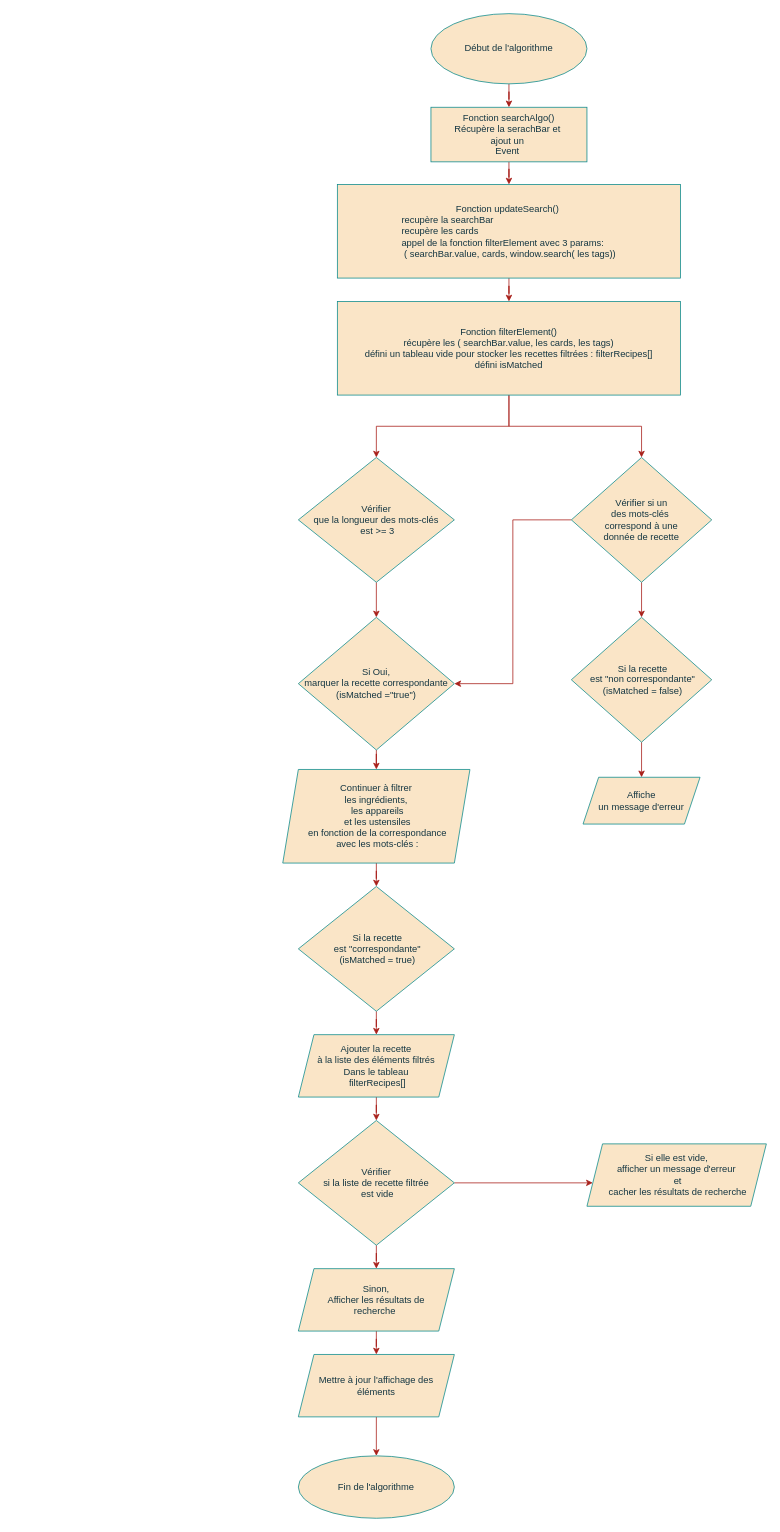
This is Algo de recherche n°1.drawio from abaddon101/Projet---Les-Petits-Plats, a draw.io file, before an edit. Source tidied: cells renumbered, new cells numbered last; positions are measured from the earlier drawing's top-left corner, leaving out a move shared by most shapes. Both pictures are drawn from the tidied source at 78%, with x=0, y=0 at pixel (282, 13).
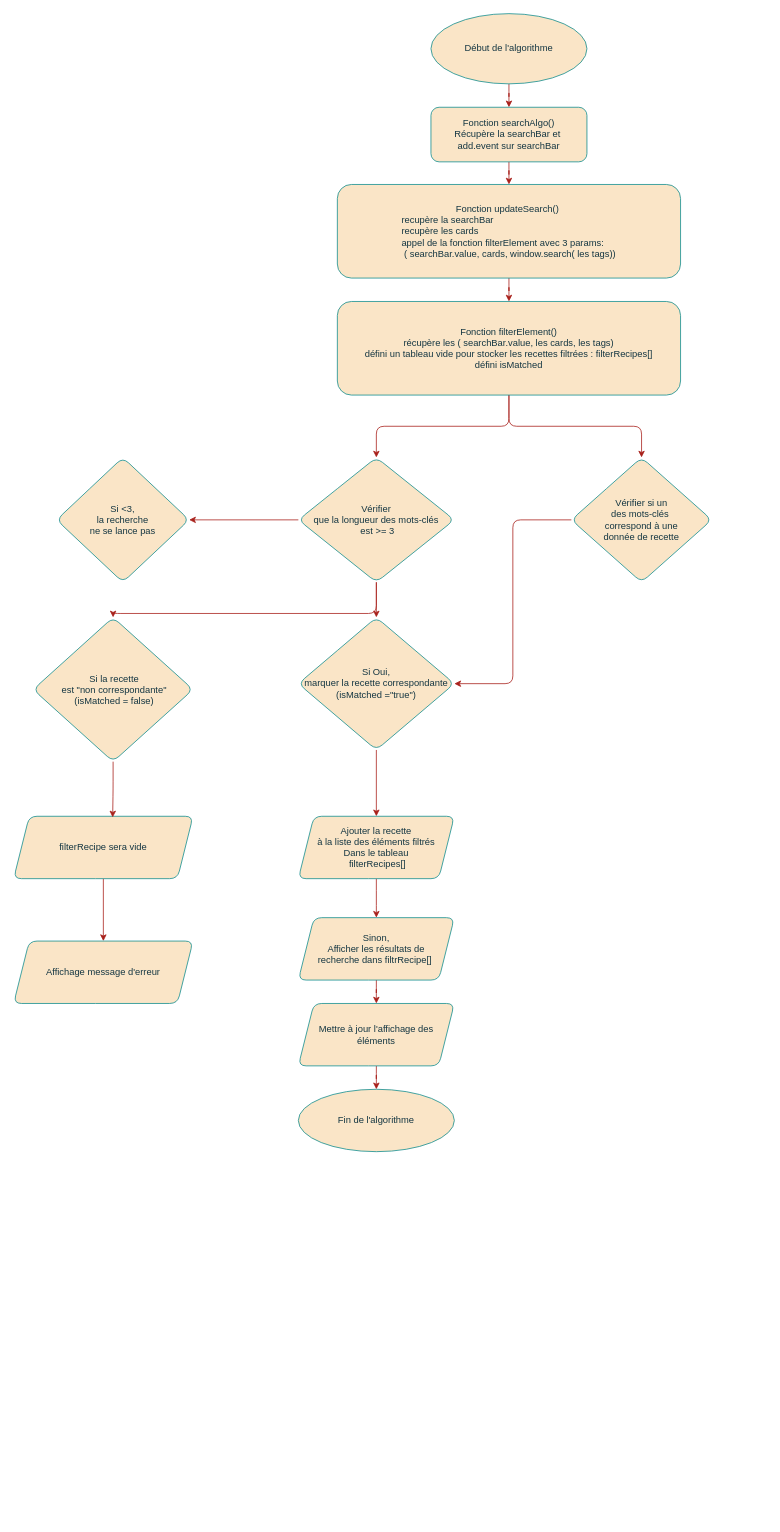
Above is the later version.

Commit message:
Mettre à jour Algo de recherche n°1.drawio

Change to the diagram source:
```diff
@@
+    <mxCell id="37" style="edgeStyle=orthogonalEdgeStyle;rounded=1;jettySize=auto;html=1;strokeColor=#A8201A;fontColor=#143642;fillColor=#FAE5C7;" parent="1" edge="1" source="2" target="43">
+      <mxGeometry relative="1" as="geometry" />
+    </mxCell>
-    <mxCell id="2" value="Si elle est vide, &lt;br&gt;afficher un message d'erreur&lt;br&gt;&amp;nbsp;et&lt;br&gt;&amp;nbsp;cacher les résultats de recherche" style="shape=parallelogram;perimeter=parallelogramPerimeter;whiteSpace=wrap;html=1;fixedSize=1;labelBackgroundColor=none;fillColor=#FAE5C7;strokeColor=#0F8B8D;fontColor=#143642;rounded=0;" parent="1" vertex="1">
-      <mxGeometry x="390" y="1449" width="230" height="80" as="geometry" />
+    <mxCell id="2" value="filterRecipe sera vide" style="shape=parallelogram;perimeter=parallelogramPerimeter;whiteSpace=wrap;html=1;fixedSize=1;labelBackgroundColor=none;fillColor=#FAE5C7;strokeColor=#0F8B8D;fontColor=#143642;rounded=1;" parent="1" vertex="1">
+      <mxGeometry x="-345" y="1029" width="230" height="80" as="geometry" />
     </mxCell>
-    <mxCell id="3" style="edgeStyle=orthogonalEdgeStyle;rounded=0;jettySize=auto;html=1;labelBackgroundColor=none;strokeColor=#A8201A;fontColor=default;" parent="1" edge="1" source="4" target="6">
+    <mxCell id="3" style="edgeStyle=orthogonalEdgeStyle;rounded=1;jettySize=auto;html=1;labelBackgroundColor=none;strokeColor=#A8201A;fontColor=default;" parent="1" edge="1" source="4" target="6">
       <mxGeometry relative="1" as="geometry" />
     </mxCell>
-    <mxCell id="4" value="Début de l'algorithme" style="ellipse;whiteSpace=wrap;html=1;fillColor=#FAE5C7;strokeColor=#0F8B8D;labelBackgroundColor=none;fontColor=#143642;rounded=0;" parent="1" vertex="1">
+    <mxCell id="4" value="Début de l'algorithme" style="ellipse;whiteSpace=wrap;html=1;fillColor=#FAE5C7;strokeColor=#0F8B8D;labelBackgroundColor=none;fontColor=#143642;rounded=1;" parent="1" vertex="1">
       <mxGeometry x="190" width="200" height="90" as="geometry" />
     </mxCell>
-    <mxCell id="5" style="edgeStyle=orthogonalEdgeStyle;rounded=0;jettySize=auto;html=1;entryX=0.5;entryY=0;entryDx=0;entryDy=0;labelBackgroundColor=none;strokeColor=#A8201A;fontColor=default;" parent="1" edge="1" source="6" target="8">
+    <mxCell id="5" style="edgeStyle=orthogonalEdgeStyle;rounded=1;jettySize=auto;html=1;entryX=0.5;entryY=0;entryDx=0;entryDy=0;labelBackgroundColor=none;strokeColor=#A8201A;fontColor=default;" parent="1" edge="1" source="6" target="8">
       <mxGeometry relative="1" as="geometry" />
     </mxCell>
-    <mxCell id="6" value="Fonction searchAlgo()&lt;br&gt;Récupère la serachBar et&amp;nbsp;&lt;br&gt;ajout un&amp;nbsp;&lt;br&gt;Event&amp;nbsp;" style="rounded=0;whiteSpace=wrap;html=1;labelBackgroundColor=none;fillColor=#FAE5C7;strokeColor=#0F8B8D;fontColor=#143642;" parent="1" vertex="1">
+    <mxCell id="6" value="Fonction searchAlgo()&lt;br&gt;Récupère la searchBar et&amp;nbsp;&lt;br&gt;add.event sur searchBar" style="rounded=1;whiteSpace=wrap;html=1;labelBackgroundColor=none;fillColor=#FAE5C7;strokeColor=#0F8B8D;fontColor=#143642;" parent="1" vertex="1">
       <mxGeometry x="190" y="120" width="200" height="70" as="geometry" />
     </mxCell>
-    <mxCell id="7" style="edgeStyle=orthogonalEdgeStyle;rounded=0;jettySize=auto;html=1;labelBackgroundColor=none;strokeColor=#A8201A;fontColor=default;" parent="1" edge="1" source="8" target="11">
+    <mxCell id="7" style="edgeStyle=orthogonalEdgeStyle;rounded=1;jettySize=auto;html=1;labelBackgroundColor=none;strokeColor=#A8201A;fontColor=default;" parent="1" edge="1" source="8" target="11">
       <mxGeometry relative="1" as="geometry" />
     </mxCell>
-    <mxCell id="8" value="Fonction updateSearch()&amp;nbsp;&lt;br&gt;&lt;div style=&quot;text-align: left;&quot;&gt;&lt;span style=&quot;background-color: initial;&quot;&gt;recupère la searchBar&lt;/span&gt;&lt;/div&gt;&lt;div style=&quot;text-align: left;&quot;&gt;&lt;span style=&quot;background-color: initial;&quot;&gt;recupère les cards&lt;/span&gt;&lt;/div&gt;&lt;div style=&quot;text-align: left;&quot;&gt;&lt;span style=&quot;background-color: initial;&quot;&gt;appel de la fonction filterElement avec 3 params:&lt;/span&gt;&lt;/div&gt;&lt;div style=&quot;text-align: left;&quot;&gt;&lt;span style=&quot;background-color: initial;&quot;&gt;&amp;nbsp;( searchBar.value,&amp;nbsp;&lt;/span&gt;&lt;span style=&quot;background-color: initial;&quot;&gt;cards,&lt;/span&gt;&lt;span style=&quot;background-color: initial;&quot;&gt;&amp;nbsp;window.search( les tags))&lt;/span&gt;&lt;/div&gt;" style="rounded=0;whiteSpace=wrap;html=1;labelBackgroundColor=none;fillColor=#FAE5C7;strokeColor=#0F8B8D;fontColor=#143642;" parent="1" vertex="1">
+    <mxCell id="8" value="Fonction updateSearch()&amp;nbsp;&lt;br&gt;&lt;div style=&quot;text-align: left;&quot;&gt;&lt;span style=&quot;background-color: initial;&quot;&gt;recupère la searchBar&lt;/span&gt;&lt;/div&gt;&lt;div style=&quot;text-align: left;&quot;&gt;&lt;span style=&quot;background-color: initial;&quot;&gt;recupère les cards&lt;/span&gt;&lt;/div&gt;&lt;div style=&quot;text-align: left;&quot;&gt;&lt;span style=&quot;background-color: initial;&quot;&gt;appel de la fonction filterElement avec 3 params:&lt;/span&gt;&lt;/div&gt;&lt;div style=&quot;text-align: left;&quot;&gt;&lt;span style=&quot;background-color: initial;&quot;&gt;&amp;nbsp;( searchBar.value,&amp;nbsp;&lt;/span&gt;&lt;span style=&quot;background-color: initial;&quot;&gt;cards,&lt;/span&gt;&lt;span style=&quot;background-color: initial;&quot;&gt;&amp;nbsp;window.search( les tags))&lt;/span&gt;&lt;/div&gt;" style="rounded=1;whiteSpace=wrap;html=1;labelBackgroundColor=none;fillColor=#FAE5C7;strokeColor=#0F8B8D;fontColor=#143642;" parent="1" vertex="1">
       <mxGeometry x="70" y="219" width="440" height="120" as="geometry" />
     </mxCell>
-    <mxCell id="9" style="edgeStyle=orthogonalEdgeStyle;rounded=0;jettySize=auto;html=1;entryX=0.5;entryY=0;entryDx=0;entryDy=0;labelBackgroundColor=none;strokeColor=#A8201A;fontColor=default;" parent="1" edge="1" source="11" target="13">
+    <mxCell id="9" style="edgeStyle=orthogonalEdgeStyle;rounded=1;jettySize=auto;html=1;entryX=0.5;entryY=0;entryDx=0;entryDy=0;labelBackgroundColor=none;strokeColor=#A8201A;fontColor=default;" parent="1" edge="1" source="11" target="13">
       <mxGeometry relative="1" as="geometry" />
     </mxCell>
-    <mxCell id="10" style="edgeStyle=orthogonalEdgeStyle;rounded=0;jettySize=auto;html=1;entryX=0.5;entryY=0;entryDx=0;entryDy=0;labelBackgroundColor=none;strokeColor=#A8201A;fontColor=default;" parent="1" edge="1" source="11" target="33">
+    <mxCell id="10" style="edgeStyle=orthogonalEdgeStyle;rounded=1;jettySize=auto;html=1;entryX=0.5;entryY=0;entryDx=0;entryDy=0;labelBackgroundColor=none;strokeColor=#A8201A;fontColor=default;" parent="1" edge="1" source="11" target="33">
       <mxGeometry relative="1" as="geometry" />
     </mxCell>
-    <mxCell id="11" value="Fonction filterElement()&lt;br&gt;récupère les ( searchBar.value,&amp;nbsp;les cards,&amp;nbsp;les tags)&lt;br&gt;défini un tableau vide pour stocker les recettes filtrées : filterRecipes[]&lt;br&gt;défini isMatched" style="rounded=0;whiteSpace=wrap;html=1;labelBackgroundColor=none;fillColor=#FAE5C7;strokeColor=#0F8B8D;fontColor=#143642;" parent="1" vertex="1">
+    <mxCell id="11" value="Fonction filterElement()&lt;br&gt;récupère les ( searchBar.value,&amp;nbsp;les cards,&amp;nbsp;les tags)&lt;br&gt;défini un tableau vide pour stocker les recettes filtrées : filterRecipes[]&lt;br&gt;défini isMatched" style="rounded=1;whiteSpace=wrap;html=1;labelBackgroundColor=none;fillColor=#FAE5C7;strokeColor=#0F8B8D;fontColor=#143642;" parent="1" vertex="1">
       <mxGeometry x="70" y="369" width="440" height="120" as="geometry" />
     </mxCell>
-    <mxCell id="12" style="edgeStyle=orthogonalEdgeStyle;rounded=0;jettySize=auto;html=1;labelBackgroundColor=none;strokeColor=#A8201A;fontColor=default;" parent="1" edge="1" source="13" target="15">
+    <mxCell id="12" style="edgeStyle=orthogonalEdgeStyle;rounded=1;jettySize=auto;html=1;labelBackgroundColor=none;strokeColor=#A8201A;fontColor=default;" parent="1" edge="1" source="13" target="15">
       <mxGeometry relative="1" as="geometry" />
     </mxCell>
+    <mxCell id="38" style="edgeStyle=orthogonalEdgeStyle;rounded=1;jettySize=auto;html=1;strokeColor=#A8201A;fontColor=#143642;fillColor=#FAE5C7;" parent="1" edge="1" source="13" target="42">
+      <mxGeometry relative="1" as="geometry" />
+    </mxCell>
+    <mxCell id="39" style="edgeStyle=orthogonalEdgeStyle;rounded=1;jettySize=auto;html=1;entryX=0.5;entryY=0;entryDx=0;entryDy=0;strokeColor=#A8201A;fontColor=#143642;fillColor=#FAE5C7;" parent="1" edge="1" source="13" target="35">
+      <mxGeometry relative="1" as="geometry">
+        <Array as="points">
+          <mxPoint x="120" y="769" />
+          <mxPoint x="-217" y="769" />
+        </Array>
+      </mxGeometry>
+    </mxCell>
-    <mxCell id="13" value="Vérifier &lt;br&gt;que la longueur des mots-clés&lt;br&gt;&amp;nbsp;est &amp;gt;= 3 " style="rhombus;whiteSpace=wrap;html=1;rounded=0;labelBackgroundColor=none;fillColor=#FAE5C7;strokeColor=#0F8B8D;fontColor=#143642;" parent="1" vertex="1">
+    <mxCell id="13" value="Vérifier &lt;br&gt;que la longueur des mots-clés&lt;br&gt;&amp;nbsp;est &amp;gt;= 3 " style="rhombus;whiteSpace=wrap;html=1;rounded=1;labelBackgroundColor=none;fillColor=#FAE5C7;strokeColor=#0F8B8D;fontColor=#143642;" parent="1" vertex="1">
       <mxGeometry x="20" y="569" width="200" height="160" as="geometry" />
     </mxCell>
-    <mxCell id="14" style="edgeStyle=orthogonalEdgeStyle;rounded=0;jettySize=auto;html=1;labelBackgroundColor=none;strokeColor=#A8201A;fontColor=default;" parent="1" edge="1" source="15" target="17">
-      <mxGeometry relative="1" as="geometry" />
-    </mxCell>
+    <mxCell id="40" style="edgeStyle=orthogonalEdgeStyle;rounded=1;jettySize=auto;html=1;strokeColor=#A8201A;fontColor=#143642;fillColor=#FAE5C7;" parent="1" edge="1" source="15" target="21">
+      <mxGeometry relative="1" as="geometry" />
+    </mxCell>
-    <mxCell id="15" value="Si Oui, &lt;br&gt;marquer la recette correspondante (isMatched =&quot;true&quot;)" style="rhombus;whiteSpace=wrap;html=1;labelBackgroundColor=none;fillColor=#FAE5C7;strokeColor=#0F8B8D;fontColor=#143642;rounded=0;" parent="1" vertex="1">
+    <mxCell id="15" value="Si Oui, &lt;br&gt;marquer la recette correspondante (isMatched =&quot;true&quot;)" style="rhombus;whiteSpace=wrap;html=1;labelBackgroundColor=none;fillColor=#FAE5C7;strokeColor=#0F8B8D;fontColor=#143642;rounded=1;" parent="1" vertex="1">
       <mxGeometry x="20" y="774" width="200" height="170" as="geometry" />
     </mxCell>
-    <mxCell id="16" style="edgeStyle=orthogonalEdgeStyle;rounded=0;jettySize=auto;html=1;labelBackgroundColor=none;strokeColor=#A8201A;fontColor=default;" parent="1" edge="1" source="17" target="19">
-      <mxGeometry relative="1" as="geometry" />
-    </mxCell>
-    <mxCell id="17" value="Continuer à filtrer &lt;br&gt;les ingrédients,&lt;br&gt;&amp;nbsp;les appareils&lt;br&gt;&amp;nbsp;et les ustensiles&lt;br&gt;&amp;nbsp;en fonction de la correspondance&lt;br&gt;&amp;nbsp;avec les mots-clés :" style="shape=parallelogram;perimeter=parallelogramPerimeter;whiteSpace=wrap;html=1;fixedSize=1;labelBackgroundColor=none;fillColor=#FAE5C7;strokeColor=#0F8B8D;fontColor=#143642;rounded=0;" parent="1" vertex="1">
-      <mxGeometry y="969" width="240" height="120" as="geometry" />
-    </mxCell>
-    <mxCell id="18" style="edgeStyle=orthogonalEdgeStyle;rounded=0;jettySize=auto;html=1;labelBackgroundColor=none;strokeColor=#A8201A;fontColor=default;" parent="1" edge="1" source="19" target="21">
-      <mxGeometry relative="1" as="geometry" />
-    </mxCell>
-    <mxCell id="19" value="&amp;nbsp;Si la recette&lt;br&gt;&amp;nbsp;est &quot;correspondante&quot;&lt;br&gt;&amp;nbsp;(isMatched = true)" style="rhombus;whiteSpace=wrap;html=1;labelBackgroundColor=none;fillColor=#FAE5C7;strokeColor=#0F8B8D;fontColor=#143642;rounded=0;" parent="1" vertex="1">
-      <mxGeometry x="20" y="1119" width="200" height="160" as="geometry" />
-    </mxCell>
-    <mxCell id="20" style="edgeStyle=orthogonalEdgeStyle;rounded=0;jettySize=auto;html=1;labelBackgroundColor=none;strokeColor=#A8201A;fontColor=default;" parent="1" edge="1" source="21" target="24">
-      <mxGeometry relative="1" as="geometry" />
+    <mxCell id="20" style="edgeStyle=orthogonalEdgeStyle;rounded=1;jettySize=auto;html=1;labelBackgroundColor=none;strokeColor=#A8201A;fontColor=default;" parent="1" edge="1" source="21">
+      <mxGeometry relative="1" as="geometry">
+        <mxPoint x="120" y="1159" as="targetPoint" />
+      </mxGeometry>
     </mxCell>
-    <mxCell id="21" value="Ajouter la recette&lt;br&gt;à la liste des éléments filtrés&lt;br&gt;Dans le tableau&lt;br&gt;&amp;nbsp;filterRecipes[]" style="shape=parallelogram;perimeter=parallelogramPerimeter;whiteSpace=wrap;html=1;fixedSize=1;labelBackgroundColor=none;fillColor=#FAE5C7;strokeColor=#0F8B8D;fontColor=#143642;rounded=0;" parent="1" vertex="1">
-      <mxGeometry x="20" y="1309" width="200" height="80" as="geometry" />
+    <mxCell id="21" value="Ajouter la recette&lt;br&gt;à la liste des éléments filtrés&lt;br&gt;Dans le tableau&lt;br&gt;&amp;nbsp;filterRecipes[]" style="shape=parallelogram;perimeter=parallelogramPerimeter;whiteSpace=wrap;html=1;fixedSize=1;labelBackgroundColor=none;fillColor=#FAE5C7;strokeColor=#0F8B8D;fontColor=#143642;rounded=1;" parent="1" vertex="1">
+      <mxGeometry x="20" y="1029" width="200" height="80" as="geometry" />
     </mxCell>
-    <mxCell id="22" style="edgeStyle=orthogonalEdgeStyle;rounded=0;jettySize=auto;html=1;entryX=0.5;entryY=0;entryDx=0;entryDy=0;labelBackgroundColor=none;strokeColor=#A8201A;fontColor=default;" parent="1" edge="1" source="24" target="26">
-      <mxGeometry relative="1" as="geometry" />
-    </mxCell>
-    <mxCell id="23" style="edgeStyle=orthogonalEdgeStyle;rounded=0;hachureGap=4;jettySize=auto;html=1;fontFamily=Architects Daughter;fontSize=16;strokeColor=#A8201A;labelBackgroundColor=none;fontColor=default;" parent="1" edge="1" source="24" target="2">
-      <mxGeometry relative="1" as="geometry">
-        <Array as="points">
-          <mxPoint x="180" y="1489" />
-          <mxPoint x="180" y="1489" />
-        </Array>
-      </mxGeometry>
-    </mxCell>
-    <mxCell id="24" value="Vérifier &lt;br&gt;si la liste de recette filtrée&lt;br&gt;&amp;nbsp;est vide" style="rhombus;whiteSpace=wrap;html=1;labelBackgroundColor=none;fillColor=#FAE5C7;strokeColor=#0F8B8D;fontColor=#143642;rounded=0;" parent="1" vertex="1">
-      <mxGeometry x="20" y="1419" width="200" height="160" as="geometry" />
-    </mxCell>
-    <mxCell id="25" style="edgeStyle=orthogonalEdgeStyle;rounded=0;jettySize=auto;html=1;labelBackgroundColor=none;strokeColor=#A8201A;fontColor=default;" parent="1" edge="1" source="26" target="28">
+    <mxCell id="25" style="edgeStyle=orthogonalEdgeStyle;rounded=1;jettySize=auto;html=1;labelBackgroundColor=none;strokeColor=#A8201A;fontColor=default;" parent="1" edge="1" source="26" target="28">
       <mxGeometry relative="1" as="geometry" />
     </mxCell>
-    <mxCell id="26" value="Sinon,&lt;br&gt;Afficher les résultats de&lt;br&gt;recherche&amp;nbsp;" style="shape=parallelogram;perimeter=parallelogramPerimeter;whiteSpace=wrap;html=1;fixedSize=1;labelBackgroundColor=none;fillColor=#FAE5C7;strokeColor=#0F8B8D;fontColor=#143642;rounded=0;" parent="1" vertex="1">
-      <mxGeometry x="20" y="1609" width="200" height="80" as="geometry" />
+    <mxCell id="26" value="Sinon,&lt;br&gt;Afficher les résultats de&lt;br&gt;recherche dans filtrRecipe[]&amp;nbsp;" style="shape=parallelogram;perimeter=parallelogramPerimeter;whiteSpace=wrap;html=1;fixedSize=1;labelBackgroundColor=none;fillColor=#FAE5C7;strokeColor=#0F8B8D;fontColor=#143642;rounded=1;" parent="1" vertex="1">
+      <mxGeometry x="20" y="1159" width="200" height="80" as="geometry" />
     </mxCell>
-    <mxCell id="27" style="edgeStyle=orthogonalEdgeStyle;rounded=0;jettySize=auto;html=1;labelBackgroundColor=none;strokeColor=#A8201A;fontColor=default;" parent="1" edge="1" source="28" target="29">
+    <mxCell id="27" style="edgeStyle=orthogonalEdgeStyle;rounded=1;jettySize=auto;html=1;labelBackgroundColor=none;strokeColor=#A8201A;fontColor=default;" parent="1" edge="1" source="28" target="29">
       <mxGeometry relative="1" as="geometry" />
     </mxCell>
-    <mxCell id="28" value="Mettre à jour l'affichage des éléments" style="shape=parallelogram;perimeter=parallelogramPerimeter;whiteSpace=wrap;html=1;fixedSize=1;labelBackgroundColor=none;fillColor=#FAE5C7;strokeColor=#0F8B8D;fontColor=#143642;rounded=0;" parent="1" vertex="1">
-      <mxGeometry x="20" y="1719" width="200" height="80" as="geometry" />
+    <mxCell id="28" value="Mettre à jour l'affichage des éléments" style="shape=parallelogram;perimeter=parallelogramPerimeter;whiteSpace=wrap;html=1;fixedSize=1;labelBackgroundColor=none;fillColor=#FAE5C7;strokeColor=#0F8B8D;fontColor=#143642;rounded=1;" parent="1" vertex="1">
+      <mxGeometry x="20" y="1269" width="200" height="80" as="geometry" />
     </mxCell>
-    <mxCell id="29" value="Fin de l'algorithme" style="ellipse;whiteSpace=wrap;html=1;labelBackgroundColor=none;fillColor=#FAE5C7;strokeColor=#0F8B8D;fontColor=#143642;rounded=0;" parent="1" vertex="1">
-      <mxGeometry x="20" y="1849" width="200" height="80" as="geometry" />
+    <mxCell id="29" value="Fin de l'algorithme" style="ellipse;whiteSpace=wrap;html=1;labelBackgroundColor=none;fillColor=#FAE5C7;strokeColor=#0F8B8D;fontColor=#143642;rounded=1;" parent="1" vertex="1">
+      <mxGeometry x="20" y="1379" width="200" height="80" as="geometry" />
     </mxCell>
-    <mxCell id="30" style="edgeStyle=orthogonalEdgeStyle;rounded=0;orthogonalLoop=1;jettySize=auto;html=1;exitX=0.5;exitY=1;exitDx=0;exitDy=0;labelBackgroundColor=none;strokeColor=#A8201A;fontColor=default;" parent="1" edge="1" source="15" target="15">
+    <mxCell id="30" style="edgeStyle=orthogonalEdgeStyle;rounded=1;orthogonalLoop=1;jettySize=auto;html=1;exitX=0.5;exitY=1;exitDx=0;exitDy=0;labelBackgroundColor=none;strokeColor=#A8201A;fontColor=default;" parent="1" edge="1" source="15" target="15">
       <mxGeometry relative="1" as="geometry" />
     </mxCell>
-    <mxCell id="31" style="edgeStyle=orthogonalEdgeStyle;rounded=0;jettySize=auto;html=1;entryX=0.5;entryY=0;entryDx=0;entryDy=0;strokeColor=#A8201A;fontColor=#143642;fillColor=#FAE5C7;" parent="1" edge="1" source="33" target="35">
-      <mxGeometry relative="1" as="geometry" />
-    </mxCell>
-    <mxCell id="32" style="edgeStyle=orthogonalEdgeStyle;rounded=0;jettySize=auto;html=1;entryX=1;entryY=0.5;entryDx=0;entryDy=0;strokeColor=#A8201A;fontColor=#143642;fillColor=#FAE5C7;" parent="1" edge="1" source="33" target="15">
+    <mxCell id="32" style="edgeStyle=orthogonalEdgeStyle;rounded=1;jettySize=auto;html=1;entryX=1;entryY=0.5;entryDx=0;entryDy=0;strokeColor=#A8201A;fontColor=#143642;fillColor=#FAE5C7;" parent="1" edge="1" source="33" target="15">
       <mxGeometry relative="1" as="geometry" />
     </mxCell>
-    <mxCell id="33" value="Vérifier si un &lt;br&gt;des mots-clés&amp;nbsp;&lt;br&gt;correspond à une &lt;br&gt;donnée de recette" style="rhombus;whiteSpace=wrap;html=1;rounded=0;labelBackgroundColor=none;fillColor=#FAE5C7;strokeColor=#0F8B8D;fontColor=#143642;" parent="1" vertex="1">
+    <mxCell id="33" value="Vérifier si un &lt;br&gt;des mots-clés&amp;nbsp;&lt;br&gt;correspond à une &lt;br&gt;donnée de recette" style="rhombus;whiteSpace=wrap;html=1;rounded=1;labelBackgroundColor=none;fillColor=#FAE5C7;strokeColor=#0F8B8D;fontColor=#143642;" parent="1" vertex="1">
       <mxGeometry x="370" y="569" width="180" height="160" as="geometry" />
     </mxCell>
-    <mxCell id="34" style="edgeStyle=orthogonalEdgeStyle;rounded=0;jettySize=auto;html=1;labelBackgroundColor=none;strokeColor=#A8201A;fontColor=default;" parent="1" edge="1" source="35" target="36">
-      <mxGeometry relative="1" as="geometry" />
-    </mxCell>
+    <mxCell id="41" style="edgeStyle=orthogonalEdgeStyle;rounded=1;jettySize=auto;html=1;entryX=0.552;entryY=0.018;entryDx=0;entryDy=0;entryPerimeter=0;strokeColor=#A8201A;fontColor=#143642;fillColor=#FAE5C7;" parent="1" edge="1" source="35" target="2">
+      <mxGeometry relative="1" as="geometry" />
+    </mxCell>
-    <mxCell id="35" value="&amp;nbsp;Si la recette&lt;br style=&quot;border-color: var(--border-color);&quot;&gt;&amp;nbsp;est &quot;non correspondante&quot;&lt;br style=&quot;border-color: var(--border-color);&quot;&gt;&amp;nbsp;(isMatched = false)" style="rhombus;whiteSpace=wrap;html=1;rounded=0;labelBackgroundColor=none;fillColor=#FAE5C7;strokeColor=#0F8B8D;fontColor=#143642;" parent="1" vertex="1">
-      <mxGeometry x="370" y="774" width="180" height="160" as="geometry" />
+    <mxCell id="35" value="&amp;nbsp;Si la recette&lt;br style=&quot;border-color: var(--border-color);&quot;&gt;&amp;nbsp;est &quot;non correspondante&quot;&lt;br style=&quot;border-color: var(--border-color);&quot;&gt;&amp;nbsp;(isMatched = false)" style="rhombus;whiteSpace=wrap;html=1;rounded=1;labelBackgroundColor=none;fillColor=#FAE5C7;strokeColor=#0F8B8D;fontColor=#143642;" parent="1" vertex="1">
+      <mxGeometry x="-320" y="774" width="205" height="185" as="geometry" />
     </mxCell>
-    <mxCell id="36" value="Affiche&lt;br style=&quot;border-color: var(--border-color);&quot;&gt;&amp;nbsp;un message d'erreur&amp;nbsp;" style="shape=parallelogram;perimeter=parallelogramPerimeter;whiteSpace=wrap;html=1;fixedSize=1;labelBackgroundColor=none;fillColor=#FAE5C7;strokeColor=#0F8B8D;fontColor=#143642;rounded=0;" parent="1" vertex="1">
-      <mxGeometry x="385" y="979" width="150" height="60" as="geometry" />
-    </mxCell>
+    <mxCell id="42" value="Si &amp;lt;3, &lt;br&gt;la recherche &lt;br&gt;ne se lance pas" style="rhombus;whiteSpace=wrap;html=1;strokeColor=#0F8B8D;fontColor=#143642;fillColor=#FAE5C7;rounded=1;" parent="1" vertex="1">
+      <mxGeometry x="-290" y="569" width="170" height="160" as="geometry" />
+    </mxCell>
+    <mxCell id="43" value="Affichage message d'erreur" style="shape=parallelogram;perimeter=parallelogramPerimeter;whiteSpace=wrap;html=1;fixedSize=1;labelBackgroundColor=none;fillColor=#FAE5C7;strokeColor=#0F8B8D;fontColor=#143642;rounded=1;" parent="1" vertex="1">
+      <mxGeometry x="-345" y="1189" width="230" height="80" as="geometry" />
+    </mxCell>
```
